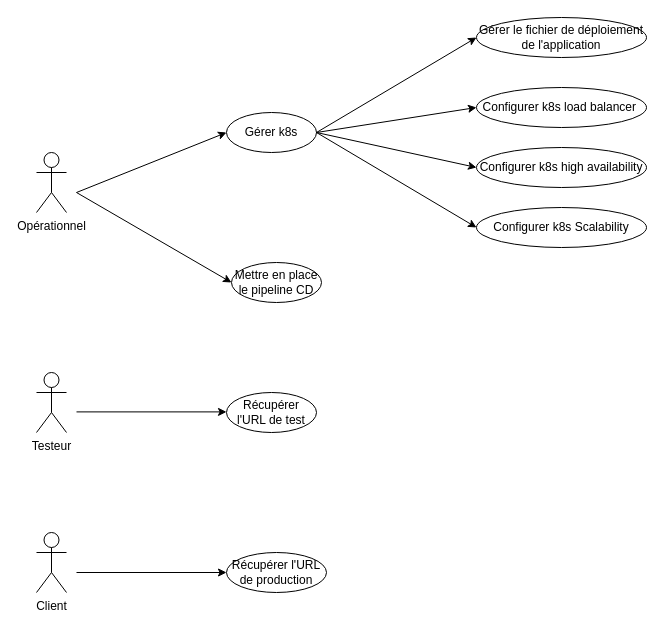
The draw.io diagram page "Page-2" (2 of 2) of Untitled Diagram.drawio in nouha57/AJAX-Movie-Recommendation-System-with-Sentiment-Analysis, before the edit. Source tidied: cells renumbered, new cells numbered last; positions are measured from the earlier drawing's top-left corner, leaving out a move shared by most shapes. Both pictures are drawn from the tidied source at 100%, with x=0, y=0 at pixel (36, 17).
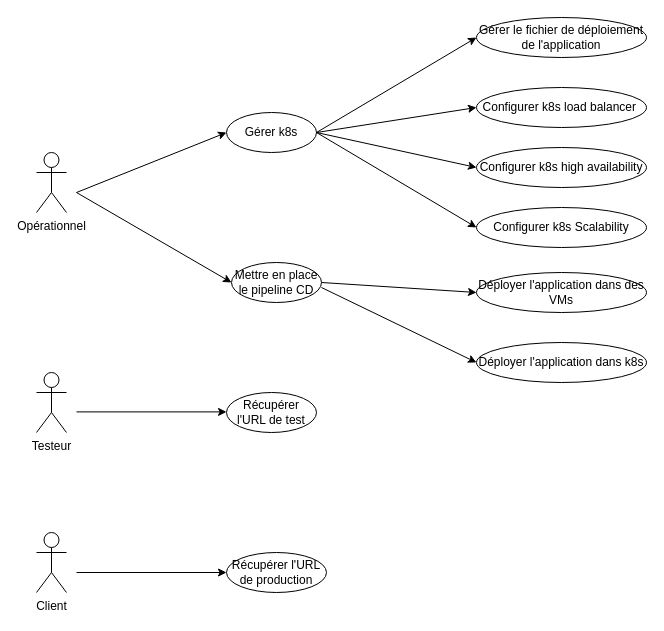
Above is the later version.

Unchanged cells that the change refers to:
```xml
<mxCell id="6" value="Mettre en place le pipeline CD" style="ellipse;whiteSpace=wrap;html=1;" parent="1" vertex="1">
  <mxGeometry x="195" y="245" width="90" height="40" as="geometry" />
</mxCell>
```

The edit, as a diff of the source:
```diff
@@
+    <mxCell id="21" value="Déployer l'application dans des VMs" style="ellipse;whiteSpace=wrap;html=1;" parent="1" vertex="1">
+      <mxGeometry x="440" y="255" width="170" height="40" as="geometry" />
+    </mxCell>
+    <mxCell id="22" value="Déployer l'application dans k8s" style="ellipse;whiteSpace=wrap;html=1;" parent="1" vertex="1">
+      <mxGeometry x="440" y="325" width="170" height="40" as="geometry" />
+    </mxCell>
+    <mxCell id="23" style="endArrow=classic;html=1;rounded=0;exitX=1;exitY=0.5;exitDx=0;exitDy=0;entryX=0;entryY=0.5;entryDx=0;entryDy=0;" parent="1" edge="1" target="22">
+      <mxGeometry relative="1" as="geometry">
+        <mxPoint x="285" y="270" as="sourcePoint" />
+      </mxGeometry>
+    </mxCell>
+    <mxCell id="24" style="endArrow=classic;html=1;rounded=0;exitX=1;exitY=0.5;exitDx=0;exitDy=0;entryX=0;entryY=0.5;entryDx=0;entryDy=0;" parent="1" edge="1" source="6" target="21">
+      <mxGeometry relative="1" as="geometry" />
+    </mxCell>
```
